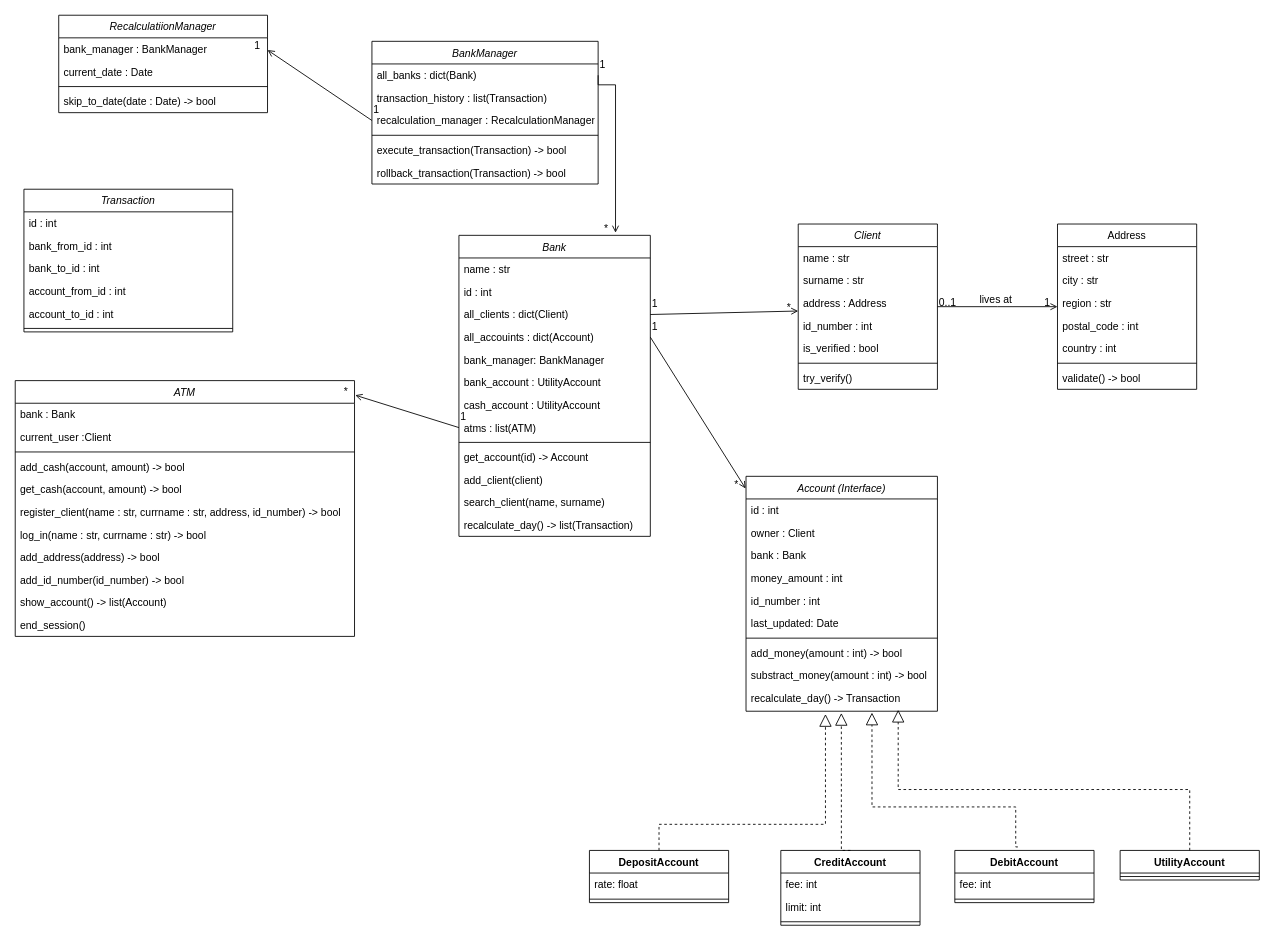
Earlier version of the draw.io diagram banks_classes.drawio (EmilVH/MIPT-architecture-project-1). Source tidied: cells renumbered, new cells numbered last; positions are measured from the earlier drawing's top-left corner, leaving out a move shared by most shapes. Both pictures are drawn from the tidied source at 87%, with x=0, y=0 at pixel (15, 15).
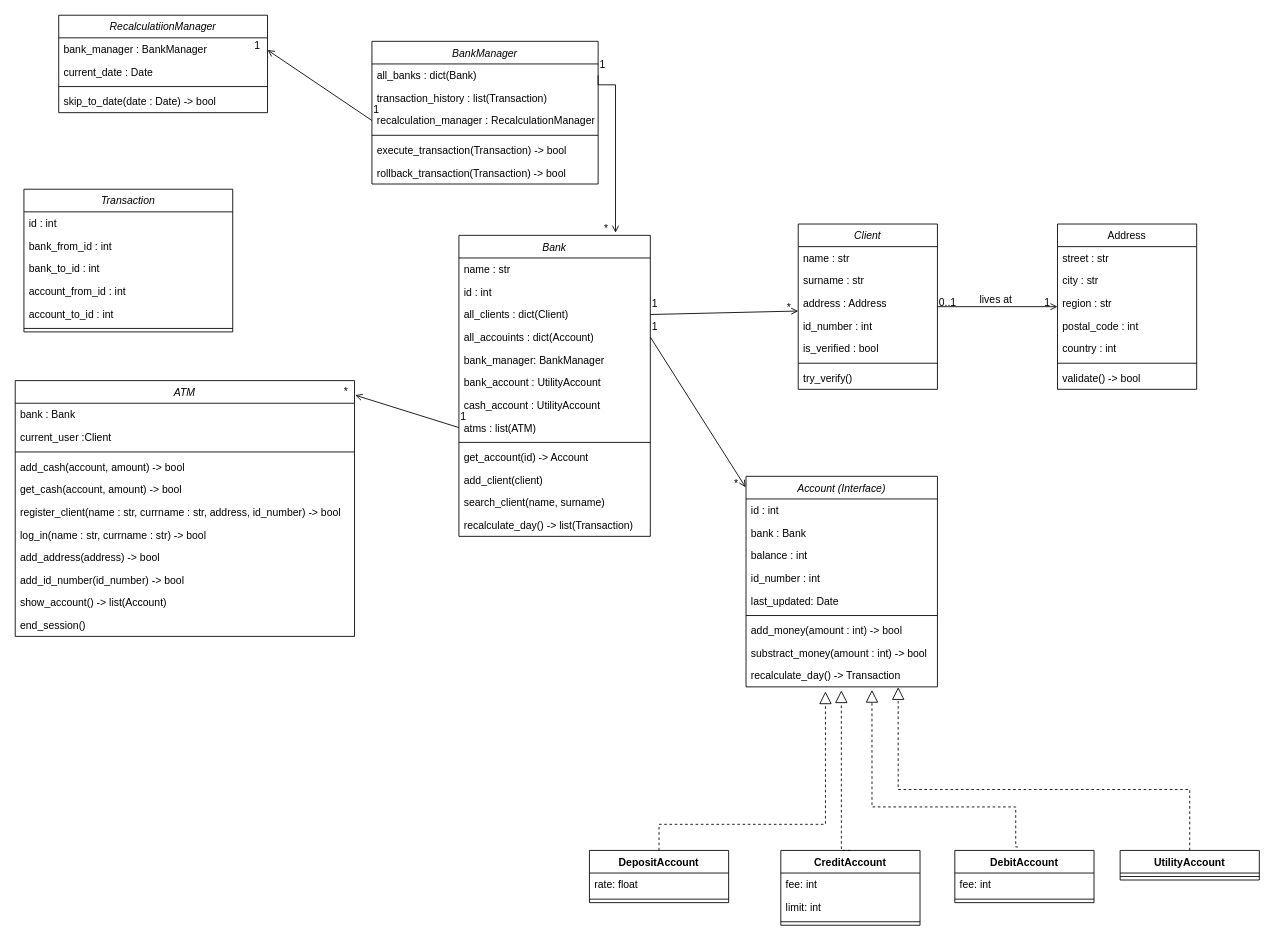
The same diagram, later.

The edit, as a diff of the source:
```diff
@@
     <mxCell id="22" value="Account (Interface)" style="swimlane;fontStyle=2;align=center;verticalAlign=top;horizontal=1;startSize=26;rounded=0;shadow=0;strokeWidth=1;" parent="1" vertex="1">
-      <mxGeometry x="840" y="530" width="220" height="270" as="geometry" />
+      <mxGeometry x="840" y="530" width="220" height="242" as="geometry" />
     </mxCell>
@@
-    <mxCell id="24" value="owner : Client" style="text;align=left;verticalAlign=top;spacingLeft=4;spacingRight=4;overflow=hidden;rounded=0;shadow=0;html=0;" parent="22" vertex="1">
-      <mxGeometry y="52" width="220" height="26" as="geometry" />
-    </mxCell>
     <mxCell id="25" value="bank : Bank" style="text;align=left;verticalAlign=top;spacingLeft=4;spacingRight=4;overflow=hidden;rounded=0;shadow=0;html=0;" parent="22" vertex="1">
-      <mxGeometry y="78" width="220" height="26" as="geometry" />
+      <mxGeometry y="52" width="220" height="26" as="geometry" />
     </mxCell>
-    <mxCell id="26" value="money_amount : int" style="text;align=left;verticalAlign=top;spacingLeft=4;spacingRight=4;overflow=hidden;rounded=0;shadow=0;html=0;" parent="22" vertex="1">
-      <mxGeometry y="104" width="220" height="26" as="geometry" />
+    <mxCell id="26" value="balance : int" style="text;align=left;verticalAlign=top;spacingLeft=4;spacingRight=4;overflow=hidden;rounded=0;shadow=0;html=0;" parent="22" vertex="1">
+      <mxGeometry y="78" width="220" height="26" as="geometry" />
     </mxCell>
     <mxCell id="27" value="id_number : int" style="text;align=left;verticalAlign=top;spacingLeft=4;spacingRight=4;overflow=hidden;rounded=0;shadow=0;html=0;" parent="22" vertex="1">
-      <mxGeometry y="130" width="220" height="26" as="geometry" />
+      <mxGeometry y="104" width="220" height="26" as="geometry" />
     </mxCell>
     <mxCell id="28" value="last_updated: Date" style="text;align=left;verticalAlign=top;spacingLeft=4;spacingRight=4;overflow=hidden;rounded=0;shadow=0;html=0;" parent="22" vertex="1">
-      <mxGeometry y="156" width="220" height="26" as="geometry" />
+      <mxGeometry y="130" width="220" height="26" as="geometry" />
     </mxCell>
     <mxCell id="29" style="line;html=1;strokeWidth=1;align=left;verticalAlign=middle;spacingTop=-1;spacingLeft=3;spacingRight=3;labelPosition=right;" parent="22" vertex="1">
-      <mxGeometry y="182" width="220" height="8" as="geometry" />
+      <mxGeometry y="156" width="220" height="8" as="geometry" />
     </mxCell>
     <mxCell id="30" value="add_money(amount : int) -&gt; bool" style="text;align=left;verticalAlign=top;spacingLeft=4;spacingRight=4;overflow=hidden;" parent="22" vertex="1">
-      <mxGeometry y="190" width="220" height="26" as="geometry" />
+      <mxGeometry y="164" width="220" height="26" as="geometry" />
     </mxCell>
     <mxCell id="31" value="substract_money(amount : int) -&gt; bool" style="text;align=left;verticalAlign=top;spacingLeft=4;spacingRight=4;overflow=hidden;" parent="22" vertex="1">
-      <mxGeometry y="216" width="220" height="26" as="geometry" />
+      <mxGeometry y="190" width="220" height="26" as="geometry" />
     </mxCell>
     <mxCell id="32" value="recalculate_day() -&gt; Transaction" style="text;align=left;verticalAlign=top;spacingLeft=4;spacingRight=4;overflow=hidden;points=[[0,0.5],[1,0.5]];portConstraint=eastwest;" parent="22" vertex="1">
-      <mxGeometry y="242" width="220" height="26" as="geometry" />
+      <mxGeometry y="216" width="220" height="26" as="geometry" />
     </mxCell>
```
